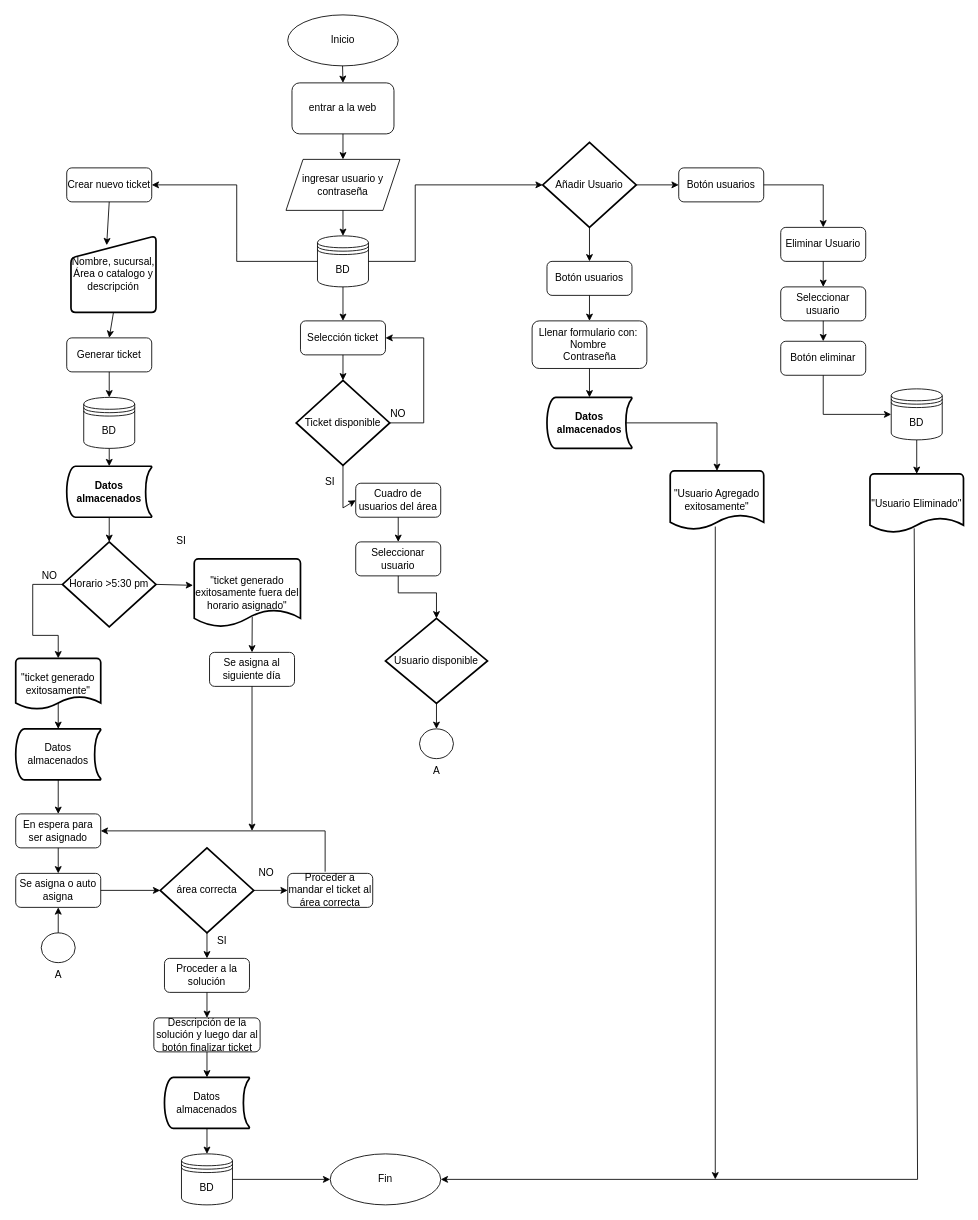
Above: Untitled Diagram.drawio in NVarchar/primero (draw.io), before the change. Source tidied: cells renumbered, new cells numbered last; positions are measured from the earlier drawing's top-left corner, leaving out a move shared by most shapes. Both pictures are drawn from the tidied source at 85%, with x=0, y=0 at pixel (15, 14).
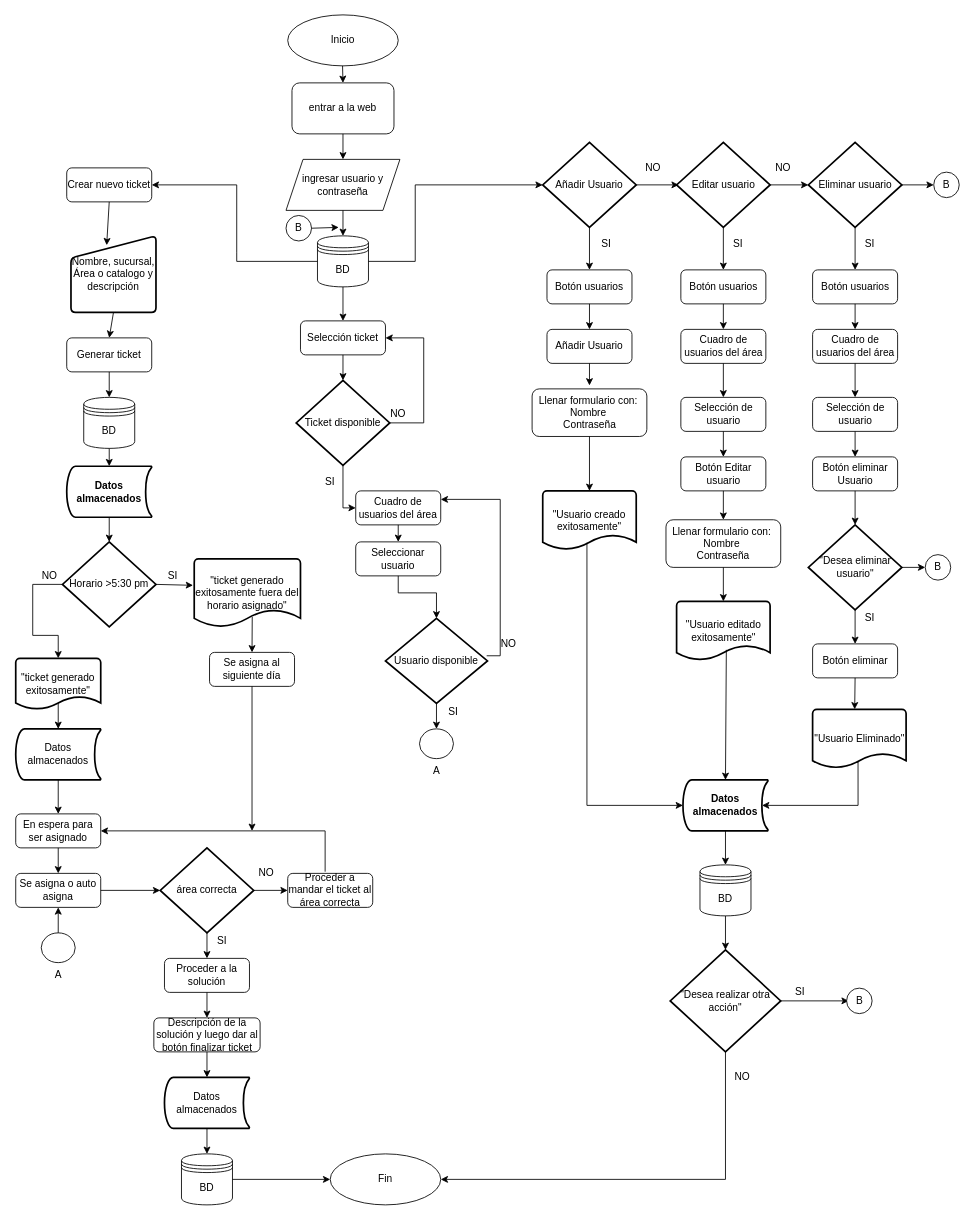
The same page after the edit.

The change refers to these unchanged cells:
```xml
<mxCell id="36" value="Fin" style="ellipse;whiteSpace=wrap;html=1;" parent="1" vertex="1">
  <mxGeometry x="370" y="1340" width="130" height="60" as="geometry" />
</mxCell>
<mxCell id="50" value="Usuario disponible" style="strokeWidth=2;html=1;shape=mxgraph.flowchart.decision;whiteSpace=wrap;" parent="1" vertex="1">
  <mxGeometry x="435" y="710" width="120" height="100" as="geometry" />
</mxCell>
<mxCell id="63" value="Añadir Usuario" style="strokeWidth=2;html=1;shape=mxgraph.flowchart.decision;whiteSpace=wrap;" parent="1" vertex="1">
  <mxGeometry x="620" y="150" width="110" height="100" as="geometry" />
</mxCell>
```

Diff of the diagram source:
```diff
@@
     <mxCell id="48" value="Cuadro de usuarios del área" style="rounded=1;whiteSpace=wrap;html=1;" parent="1" vertex="1">
-      <mxGeometry x="400" y="551" width="100" height="40" as="geometry" />
+      <mxGeometry x="400" y="560" width="100" height="40" as="geometry" />
     </mxCell>
@@
-    <mxCell id="64" value="Botón usuarios" style="rounded=1;whiteSpace=wrap;html=1;" parent="1" vertex="1">
-      <mxGeometry x="625" y="290" width="100" height="40" as="geometry" />
-    </mxCell>
     <mxCell id="65" value="Llenar formulario con:&amp;nbsp;&lt;br&gt;Nombre&amp;nbsp;&lt;br&gt;Contraseña" style="rounded=1;whiteSpace=wrap;html=1;" parent="1" vertex="1">
-      <mxGeometry x="607.5" y="360" width="135" height="56" as="geometry" />
+      <mxGeometry x="607.5" y="440" width="135" height="56" as="geometry" />
     </mxCell>
-    <mxCell id="66" value="&quot;Usuario Agregado exitosamente&quot;" style="strokeWidth=2;html=1;shape=mxgraph.flowchart.document2;whiteSpace=wrap;size=0.25;" parent="1" vertex="1">
-      <mxGeometry x="770" y="536.5" width="110" height="69" as="geometry" />
+    <mxCell id="66" value="&quot;Usuario editado exitosamente&quot;" style="strokeWidth=2;html=1;shape=mxgraph.flowchart.document2;whiteSpace=wrap;size=0.25;" parent="1" vertex="1">
+      <mxGeometry x="777.5" y="690" width="110" height="69" as="geometry" />
     </mxCell>
     <mxCell id="67" value="Datos almacenados" style="strokeWidth=2;html=1;shape=mxgraph.flowchart.stored_data;whiteSpace=wrap;fontStyle=1;" parent="1" vertex="1">
-      <mxGeometry x="625" y="450" width="100" height="60" as="geometry" />
+      <mxGeometry x="785" y="900" width="100" height="60" as="geometry" />
     </mxCell>
     <mxCell id="68" value="BD" style="shape=datastore;whiteSpace=wrap;html=1;" parent="1" vertex="1">
-      <mxGeometry x="1030" y="440" width="60" height="60" as="geometry" />
+      <mxGeometry x="805" y="1000" width="60" height="60" as="geometry" />
     </mxCell>
     <mxCell id="69" value="Botón usuarios" style="rounded=1;whiteSpace=wrap;html=1;" parent="1" vertex="1">
-      <mxGeometry x="780" y="180" width="100" height="40" as="geometry" />
+      <mxGeometry x="625" y="300" width="100" height="40" as="geometry" />
     </mxCell>
-    <mxCell id="70" value="Eliminar Usuario" style="rounded=1;whiteSpace=wrap;html=1;" parent="1" vertex="1">
-      <mxGeometry x="900" y="250" width="100" height="40" as="geometry" />
+    <mxCell id="70" value="Añadir Usuario" style="rounded=1;whiteSpace=wrap;html=1;" parent="1" vertex="1">
+      <mxGeometry x="625" y="370" width="100" height="40" as="geometry" />
     </mxCell>
-    <mxCell id="71" value="&quot;Usuario Eliminado&quot;" style="strokeWidth=2;html=1;shape=mxgraph.flowchart.document2;whiteSpace=wrap;size=0.25;" parent="1" vertex="1">
-      <mxGeometry x="1005" y="540" width="110" height="69" as="geometry" />
-    </mxCell>
-    <mxCell id="72" value="Seleccionar usuario" style="rounded=1;whiteSpace=wrap;html=1;" parent="1" vertex="1">
-      <mxGeometry x="900" y="320" width="100" height="40" as="geometry" />
-    </mxCell>
-    <mxCell id="73" value="Botón eliminar" style="rounded=1;whiteSpace=wrap;html=1;" parent="1" vertex="1">
-      <mxGeometry x="900" y="384" width="100" height="40" as="geometry" />
+    <mxCell id="73" value="Botón eliminar Usuario" style="rounded=1;whiteSpace=wrap;html=1;" parent="1" vertex="1">
+      <mxGeometry x="937.5" y="520" width="100" height="40" as="geometry" />
     </mxCell>
@@
     <mxCell id="75" value="SI" style="text;html=1;strokeColor=none;fillColor=none;align=center;verticalAlign=middle;whiteSpace=wrap;rounded=0;" parent="1" vertex="1">
-      <mxGeometry x="180" y="609" width="30" height="20" as="geometry" />
+      <mxGeometry x="170" y="650" width="30" height="20" as="geometry" />
     </mxCell>
@@
-    <mxCell id="80" style="endArrow=classic;html=1;rounded=0;exitX=1;exitY=0.5;exitDx=0;exitDy=0;entryX=0;entryY=0.5;entryDx=0;entryDy=0;exitPerimeter=0;" parent="1" edge="1" source="63" target="69">
-      <mxGeometry relative="1" as="geometry" />
+    <mxCell id="80" style="endArrow=classic;html=1;rounded=0;exitX=1;exitY=0.5;exitDx=0;exitDy=0;exitPerimeter=0;" parent="1" edge="1" source="63">
+      <mxGeometry relative="1" as="geometry">
+        <mxPoint x="780" y="200" as="targetPoint" />
+      </mxGeometry>
     </mxCell>
-    <mxCell id="81" style="endArrow=classic;html=1;rounded=0;entryX=0.5;entryY=0;entryDx=0;entryDy=0;" parent="1" edge="1" source="63" target="64">
-      <mxGeometry relative="1" as="geometry" />
+    <mxCell id="81" style="endArrow=classic;html=1;rounded=0;exitX=0.5;exitY=1;exitDx=0;exitDy=0;exitPerimeter=0;" parent="1" edge="1" source="63">
+      <mxGeometry relative="1" as="geometry">
+        <mxPoint x="675" y="300" as="targetPoint" />
+      </mxGeometry>
     </mxCell>
-    <mxCell id="82" style="endArrow=classic;html=1;rounded=0;exitX=1;exitY=0.5;exitDx=0;exitDy=0;entryX=0.5;entryY=0;entryDx=0;entryDy=0;" parent="1" edge="1" source="69" target="70">
-      <mxGeometry relative="1" as="geometry">
-        <Array as="points">
-          <mxPoint x="950" y="200" />
-        </Array>
-      </mxGeometry>
-    </mxCell>
-    <mxCell id="83" style="endArrow=classic;html=1;rounded=0;exitX=0.5;exitY=1;exitDx=0;exitDy=0;entryX=0.5;entryY=0;entryDx=0;entryDy=0;" parent="1" edge="1" source="70" target="72">
-      <mxGeometry relative="1" as="geometry" />
-    </mxCell>
-    <mxCell id="84" style="endArrow=classic;html=1;rounded=0;exitX=0.5;exitY=1;exitDx=0;exitDy=0;entryX=0.5;entryY=0;entryDx=0;entryDy=0;" parent="1" edge="1" source="72" target="73">
-      <mxGeometry relative="1" as="geometry" />
-    </mxCell>
-    <mxCell id="85" style="endArrow=classic;html=1;rounded=0;exitX=0.5;exitY=1;exitDx=0;exitDy=0;entryX=0.5;entryY=0;entryDx=0;entryDy=0;" parent="1" edge="1" source="64" target="65">
+    <mxCell id="85" style="endArrow=classic;html=1;rounded=0;exitX=0.5;exitY=1;exitDx=0;exitDy=0;entryX=0.5;entryY=0;entryDx=0;entryDy=0;" parent="1" edge="1" source="69" target="70">
       <mxGeometry relative="1" as="geometry" />
     </mxCell>
-    <mxCell id="86" style="endArrow=classic;html=1;rounded=0;exitX=0.5;exitY=1;exitDx=0;exitDy=0;entryX=0.5;entryY=0;entryDx=0;entryDy=0;entryPerimeter=0;" parent="1" edge="1" source="65" target="67">
-      <mxGeometry relative="1" as="geometry" />
-    </mxCell>
-    <mxCell id="87" style="endArrow=classic;html=1;rounded=0;exitX=0.93;exitY=0.5;exitDx=0;exitDy=0;entryX=0.5;entryY=0;entryDx=0;entryDy=0;exitPerimeter=0;entryPerimeter=0;" parent="1" edge="1" source="67" target="66">
-      <mxGeometry relative="1" as="geometry">
-        <Array as="points">
-          <mxPoint x="825" y="480" />
-        </Array>
-      </mxGeometry>
-    </mxCell>
-    <mxCell id="88" style="endArrow=classic;html=1;rounded=0;exitX=0.5;exitY=1;exitDx=0;exitDy=0;entryX=0;entryY=0.5;entryDx=0;entryDy=0;" parent="1" edge="1" source="73" target="68">
-      <mxGeometry relative="1" as="geometry">
-        <Array as="points">
-          <mxPoint x="950" y="470" />
-        </Array>
-      </mxGeometry>
-    </mxCell>
-    <mxCell id="89" style="endArrow=classic;html=1;rounded=0;exitX=0.5;exitY=1;exitDx=0;exitDy=0;entryX=0.5;entryY=0;entryDx=0;entryDy=0;entryPerimeter=0;" parent="1" edge="1" source="68" target="71">
-      <mxGeometry relative="1" as="geometry" />
-    </mxCell>
-    <mxCell id="90" style="endArrow=classic;html=1;rounded=0;exitX=0.473;exitY=0.928;exitDx=0;exitDy=0;exitPerimeter=0;entryX=1;entryY=0.5;entryDx=0;entryDy=0;" parent="1" edge="1" source="71" target="36">
-      <mxGeometry relative="1" as="geometry">
-        <Array as="points">
-          <mxPoint x="1061" y="1370" />
-        </Array>
-      </mxGeometry>
-    </mxCell>
-    <mxCell id="91" style="endArrow=classic;html=1;rounded=0;exitX=0.482;exitY=0.949;exitDx=0;exitDy=0;exitPerimeter=0;" parent="1" edge="1" source="66">
-      <mxGeometry relative="1" as="geometry">
-        <mxPoint x="823" y="1370" as="targetPoint" />
-      </mxGeometry>
-    </mxCell>
@@
+    <mxCell id="94" value="Editar usuario" style="strokeWidth=2;html=1;shape=mxgraph.flowchart.decision;whiteSpace=wrap;" parent="1" vertex="1">
+      <mxGeometry x="777.5" y="150" width="110" height="100" as="geometry" />
+    </mxCell>
+    <mxCell id="95" value="Eliminar usuario" style="strokeWidth=2;html=1;shape=mxgraph.flowchart.decision;whiteSpace=wrap;" parent="1" vertex="1">
+      <mxGeometry x="932.5" y="150" width="110" height="100" as="geometry" />
+    </mxCell>
+    <mxCell id="96" style="endArrow=classic;html=1;rounded=0;exitX=1;exitY=0.5;exitDx=0;exitDy=0;exitPerimeter=0;entryX=0;entryY=0.5;entryDx=0;entryDy=0;entryPerimeter=0;" parent="1" edge="1" source="94" target="95">
+      <mxGeometry relative="1" as="geometry" />
+    </mxCell>
+    <mxCell id="97" value="Botón usuarios" style="rounded=1;whiteSpace=wrap;html=1;" parent="1" vertex="1">
+      <mxGeometry x="782.5" y="300" width="100" height="40" as="geometry" />
+    </mxCell>
+    <mxCell id="98" value="Botón usuarios" style="rounded=1;whiteSpace=wrap;html=1;" parent="1" vertex="1">
+      <mxGeometry x="937.5" y="300" width="100" height="40" as="geometry" />
+    </mxCell>
+    <mxCell id="99" style="endArrow=classic;html=1;rounded=0;exitX=0.5;exitY=1;exitDx=0;exitDy=0;exitPerimeter=0;entryX=0.5;entryY=0;entryDx=0;entryDy=0;" parent="1" edge="1" source="94" target="97">
+      <mxGeometry relative="1" as="geometry" />
+    </mxCell>
+    <mxCell id="100" style="endArrow=classic;html=1;rounded=0;exitX=0.5;exitY=1;exitDx=0;exitDy=0;exitPerimeter=0;entryX=0.5;entryY=0;entryDx=0;entryDy=0;" parent="1" edge="1" source="95" target="98">
+      <mxGeometry relative="1" as="geometry" />
+    </mxCell>
+    <mxCell id="101" value="Selección de usuario" style="rounded=1;whiteSpace=wrap;html=1;" parent="1" vertex="1">
+      <mxGeometry x="782.5" y="450" width="100" height="40" as="geometry" />
+    </mxCell>
+    <mxCell id="102" value="Selección de usuario" style="rounded=1;whiteSpace=wrap;html=1;" parent="1" vertex="1">
+      <mxGeometry x="937.5" y="450" width="100" height="40" as="geometry" />
+    </mxCell>
+    <mxCell id="103" value="Cuadro de usuarios del área" style="rounded=1;whiteSpace=wrap;html=1;" parent="1" vertex="1">
+      <mxGeometry x="782.5" y="370" width="100" height="40" as="geometry" />
+    </mxCell>
+    <mxCell id="104" value="Cuadro de usuarios del área" style="rounded=1;whiteSpace=wrap;html=1;" parent="1" vertex="1">
+      <mxGeometry x="937.5" y="370" width="100" height="40" as="geometry" />
+    </mxCell>
+    <mxCell id="105" value="Botón Editar usuario" style="rounded=1;whiteSpace=wrap;html=1;" parent="1" vertex="1">
+      <mxGeometry x="782.5" y="520" width="100" height="40" as="geometry" />
+    </mxCell>
+    <mxCell id="106" value="Llenar formulario con:&amp;nbsp;&lt;br&gt;Nombre&amp;nbsp;&lt;br&gt;Contraseña" style="rounded=1;whiteSpace=wrap;html=1;" parent="1" vertex="1">
+      <mxGeometry x="765" y="594" width="135" height="56" as="geometry" />
+    </mxCell>
+    <mxCell id="107" value="&quot;Desea eliminar usuario&quot;" style="strokeWidth=2;html=1;shape=mxgraph.flowchart.decision;whiteSpace=wrap;" parent="1" vertex="1">
+      <mxGeometry x="932.5" y="600" width="110" height="100" as="geometry" />
+    </mxCell>
+    <mxCell id="71" value="&quot;Usuario Eliminado&quot;" style="strokeWidth=2;html=1;shape=mxgraph.flowchart.document2;whiteSpace=wrap;size=0.25;" parent="1" vertex="1">
+      <mxGeometry x="937.5" y="817" width="110" height="69" as="geometry" />
+    </mxCell>
+    <mxCell id="108" value="Botón eliminar" style="rounded=1;whiteSpace=wrap;html=1;" parent="1" vertex="1">
+      <mxGeometry x="937.5" y="740" width="100" height="40" as="geometry" />
+    </mxCell>
+    <mxCell id="109" value="&quot;Desea realizar otra acción&quot;" style="strokeWidth=2;html=1;shape=mxgraph.flowchart.decision;whiteSpace=wrap;" parent="1" vertex="1">
+      <mxGeometry x="770" y="1100" width="130" height="120" as="geometry" />
+    </mxCell>
+    <mxCell id="110" style="endArrow=classic;html=1;rounded=0;exitX=0.5;exitY=1;exitDx=0;exitDy=0;entryX=0.5;entryY=0;entryDx=0;entryDy=0;" parent="1" edge="1" source="98" target="104">
+      <mxGeometry relative="1" as="geometry" />
+    </mxCell>
+    <mxCell id="111" style="endArrow=classic;html=1;rounded=0;exitX=0.5;exitY=1;exitDx=0;exitDy=0;entryX=0.5;entryY=0;entryDx=0;entryDy=0;" parent="1" edge="1" source="97" target="103">
+      <mxGeometry relative="1" as="geometry" />
+    </mxCell>
+    <mxCell id="112" style="endArrow=classic;html=1;rounded=0;exitX=0.5;exitY=1;exitDx=0;exitDy=0;" parent="1" edge="1" source="70">
+      <mxGeometry relative="1" as="geometry">
+        <mxPoint x="675" y="436" as="targetPoint" />
+      </mxGeometry>
+    </mxCell>
+    <mxCell id="113" style="endArrow=classic;html=1;rounded=0;exitX=0.5;exitY=1;exitDx=0;exitDy=0;entryX=0.5;entryY=0;entryDx=0;entryDy=0;" parent="1" edge="1" source="104" target="102">
+      <mxGeometry relative="1" as="geometry" />
+    </mxCell>
+    <mxCell id="114" style="endArrow=classic;html=1;rounded=0;exitX=0.5;exitY=1;exitDx=0;exitDy=0;entryX=0.5;entryY=0;entryDx=0;entryDy=0;" parent="1" edge="1" source="103" target="101">
+      <mxGeometry relative="1" as="geometry" />
+    </mxCell>
+    <mxCell id="115" style="endArrow=classic;html=1;rounded=0;exitX=0.5;exitY=1;exitDx=0;exitDy=0;entryX=0.5;entryY=0;entryDx=0;entryDy=0;" parent="1" edge="1" source="102" target="73">
+      <mxGeometry relative="1" as="geometry" />
+    </mxCell>
+    <mxCell id="116" style="endArrow=classic;html=1;rounded=0;exitX=0.5;exitY=1;exitDx=0;exitDy=0;" parent="1" edge="1" source="73" target="107">
+      <mxGeometry relative="1" as="geometry" />
+    </mxCell>
+    <mxCell id="117" style="endArrow=classic;html=1;rounded=0;exitX=0.5;exitY=1;exitDx=0;exitDy=0;" parent="1" edge="1" source="101" target="105">
+      <mxGeometry relative="1" as="geometry" />
+    </mxCell>
+    <mxCell id="118" style="endArrow=classic;html=1;rounded=0;exitX=0.5;exitY=1;exitDx=0;exitDy=0;entryX=0.5;entryY=0;entryDx=0;entryDy=0;" parent="1" edge="1" source="105" target="106">
+      <mxGeometry relative="1" as="geometry" />
+    </mxCell>
+    <mxCell id="119" style="endArrow=classic;html=1;rounded=0;exitX=0.5;exitY=1;exitDx=0;exitDy=0;entryX=0.5;entryY=0;entryDx=0;entryDy=0;exitPerimeter=0;" parent="1" edge="1" source="107" target="108">
+      <mxGeometry relative="1" as="geometry" />
+    </mxCell>
+    <mxCell id="120" style="endArrow=classic;html=1;rounded=0;exitX=0.5;exitY=1;exitDx=0;exitDy=0;entryX=0.5;entryY=0;entryDx=0;entryDy=0;entryPerimeter=0;" parent="1" edge="1" source="106" target="66">
+      <mxGeometry relative="1" as="geometry" />
+    </mxCell>
+    <mxCell id="121" style="endArrow=classic;html=1;rounded=0;exitX=0.5;exitY=1;exitDx=0;exitDy=0;entryX=0.45;entryY=0;entryDx=0;entryDy=0;entryPerimeter=0;" parent="1" edge="1" source="108" target="71">
+      <mxGeometry relative="1" as="geometry" />
+    </mxCell>
+    <mxCell id="122" style="endArrow=classic;html=1;rounded=0;exitX=0.532;exitY=0.826;exitDx=0;exitDy=0;entryX=0.5;entryY=0;entryDx=0;entryDy=0;exitPerimeter=0;entryPerimeter=0;" parent="1" edge="1" source="66" target="67">
+      <mxGeometry relative="1" as="geometry" />
+    </mxCell>
+    <mxCell id="123" style="endArrow=classic;html=1;rounded=0;exitX=0.486;exitY=0.884;exitDx=0;exitDy=0;entryX=0.93;entryY=0.5;entryDx=0;entryDy=0;exitPerimeter=0;entryPerimeter=0;" parent="1" edge="1" source="71" target="67">
+      <mxGeometry relative="1" as="geometry">
+        <Array as="points">
+          <mxPoint x="991" y="930" />
+        </Array>
+      </mxGeometry>
+    </mxCell>
+    <mxCell id="124" style="endArrow=classic;html=1;rounded=0;exitX=0.5;exitY=1;exitDx=0;exitDy=0;entryX=0.5;entryY=0;entryDx=0;entryDy=0;entryPerimeter=0;" parent="1" edge="1" source="65" target="125">
+      <mxGeometry relative="1" as="geometry" />
+    </mxCell>
+    <mxCell id="125" value="&quot;Usuario creado exitosamente&quot;" style="strokeWidth=2;html=1;shape=mxgraph.flowchart.document2;whiteSpace=wrap;size=0.25;" parent="1" vertex="1">
+      <mxGeometry x="620" y="560" width="110" height="69" as="geometry" />
+    </mxCell>
+    <mxCell id="126" style="endArrow=classic;html=1;rounded=0;exitX=0.473;exitY=0.884;exitDx=0;exitDy=0;entryX=0;entryY=0.5;entryDx=0;entryDy=0;exitPerimeter=0;entryPerimeter=0;" parent="1" edge="1" source="125" target="67">
+      <mxGeometry relative="1" as="geometry">
+        <Array as="points">
+          <mxPoint x="672" y="930" />
+        </Array>
+      </mxGeometry>
+    </mxCell>
+    <mxCell id="127" style="endArrow=classic;html=1;rounded=0;exitX=0.5;exitY=1;exitDx=0;exitDy=0;entryX=0.5;entryY=0;entryDx=0;entryDy=0;exitPerimeter=0;" parent="1" edge="1" source="67" target="68">
+      <mxGeometry relative="1" as="geometry" />
+    </mxCell>
+    <mxCell id="128" style="endArrow=classic;html=1;rounded=0;exitX=0.5;exitY=1;exitDx=0;exitDy=0;entryX=0.5;entryY=0;entryDx=0;entryDy=0;entryPerimeter=0;" parent="1" edge="1" source="68" target="109">
+      <mxGeometry relative="1" as="geometry" />
+    </mxCell>
+    <mxCell id="129" style="endArrow=classic;html=1;rounded=0;exitX=0.5;exitY=1;exitDx=0;exitDy=0;exitPerimeter=0;entryX=1;entryY=0.5;entryDx=0;entryDy=0;" parent="1" edge="1" source="109" target="36">
+      <mxGeometry relative="1" as="geometry">
+        <Array as="points">
+          <mxPoint x="835" y="1370" />
+        </Array>
+      </mxGeometry>
+    </mxCell>
+    <mxCell id="130" value="SI" style="text;html=1;strokeColor=none;fillColor=none;align=center;verticalAlign=middle;whiteSpace=wrap;rounded=0;" parent="1" vertex="1">
+      <mxGeometry x="680" y="260" width="30" height="20" as="geometry" />
+    </mxCell>
+    <mxCell id="131" value="SI" style="text;html=1;strokeColor=none;fillColor=none;align=center;verticalAlign=middle;whiteSpace=wrap;rounded=0;" parent="1" vertex="1">
+      <mxGeometry x="835" y="260" width="30" height="20" as="geometry" />
+    </mxCell>
+    <mxCell id="132" value="SI" style="text;html=1;strokeColor=none;fillColor=none;align=center;verticalAlign=middle;whiteSpace=wrap;rounded=0;" parent="1" vertex="1">
+      <mxGeometry x="990" y="260" width="30" height="20" as="geometry" />
+    </mxCell>
+    <mxCell id="133" value="SI" style="text;html=1;strokeColor=none;fillColor=none;align=center;verticalAlign=middle;whiteSpace=wrap;rounded=0;" parent="1" vertex="1">
+      <mxGeometry x="990" y="700" width="30" height="20" as="geometry" />
+    </mxCell>
+    <mxCell id="134" value="NO" style="text;html=1;strokeColor=none;fillColor=none;align=center;verticalAlign=middle;whiteSpace=wrap;rounded=0;" parent="1" vertex="1">
+      <mxGeometry x="735" y="170" width="30" height="20" as="geometry" />
+    </mxCell>
+    <mxCell id="135" value="NO" style="text;html=1;strokeColor=none;fillColor=none;align=center;verticalAlign=middle;whiteSpace=wrap;rounded=0;" parent="1" vertex="1">
+      <mxGeometry x="887.5" y="170" width="30" height="20" as="geometry" />
+    </mxCell>
+    <mxCell id="136" value="NO" style="text;html=1;strokeColor=none;fillColor=none;align=center;verticalAlign=middle;whiteSpace=wrap;rounded=0;" parent="1" vertex="1">
+      <mxGeometry x="840" y="1240" width="30" height="20" as="geometry" />
+    </mxCell>
+    <mxCell id="137" style="endArrow=classic;html=1;rounded=0;exitX=1;exitY=0.5;exitDx=0;exitDy=0;exitPerimeter=0;" parent="1" edge="1" source="95">
+      <mxGeometry relative="1" as="geometry">
+        <mxPoint x="1080" y="200" as="targetPoint" />
+      </mxGeometry>
+    </mxCell>
+    <mxCell id="138" value="B" style="ellipse;whiteSpace=wrap;html=1;" parent="1" vertex="1">
+      <mxGeometry x="1080" y="185" width="30" height="30" as="geometry" />
+    </mxCell>
+    <mxCell id="139" value="B" style="ellipse;whiteSpace=wrap;html=1;" parent="1" vertex="1">
+      <mxGeometry x="318" y="236" width="30" height="30" as="geometry" />
+    </mxCell>
+    <mxCell id="140" style="endArrow=classic;html=1;rounded=0;exitX=1;exitY=0.5;exitDx=0;exitDy=0;exitPerimeter=0;" parent="1" edge="1" source="107">
+      <mxGeometry relative="1" as="geometry">
+        <mxPoint x="1070" y="650" as="targetPoint" />
+      </mxGeometry>
+    </mxCell>
+    <mxCell id="141" value="B" style="ellipse;whiteSpace=wrap;html=1;" parent="1" vertex="1">
+      <mxGeometry x="1070" y="635" width="30" height="30" as="geometry" />
+    </mxCell>
+    <mxCell id="142" style="endArrow=classic;html=1;rounded=0;exitX=1;exitY=0.5;exitDx=0;exitDy=0;" parent="1" edge="1" source="139">
+      <mxGeometry relative="1" as="geometry">
+        <mxPoint x="380" y="250" as="targetPoint" />
+      </mxGeometry>
+    </mxCell>
+    <mxCell id="143" style="endArrow=classic;html=1;rounded=0;exitX=0.992;exitY=0.44;exitDx=0;exitDy=0;entryX=1;entryY=0.25;entryDx=0;entryDy=0;exitPerimeter=0;" parent="1" edge="1" source="50" target="48">
+      <mxGeometry relative="1" as="geometry">
+        <Array as="points">
+          <mxPoint x="570" y="754" />
+          <mxPoint x="570" y="570" />
+        </Array>
+      </mxGeometry>
+    </mxCell>
+    <mxCell id="144" value="SI" style="text;html=1;strokeColor=none;fillColor=none;align=center;verticalAlign=middle;whiteSpace=wrap;rounded=0;" parent="1" vertex="1">
+      <mxGeometry x="500" y="810" width="30" height="20" as="geometry" />
+    </mxCell>
+    <mxCell id="145" value="NO" style="text;html=1;strokeColor=none;fillColor=none;align=center;verticalAlign=middle;whiteSpace=wrap;rounded=0;" parent="1" vertex="1">
+      <mxGeometry x="565" y="730" width="30" height="20" as="geometry" />
+    </mxCell>
+    <mxCell id="146" style="endArrow=classic;html=1;rounded=0;exitX=1;exitY=0.5;exitDx=0;exitDy=0;exitPerimeter=0;" parent="1" edge="1" source="109">
+      <mxGeometry relative="1" as="geometry">
+        <mxPoint x="980" y="1160" as="targetPoint" />
+      </mxGeometry>
+    </mxCell>
+    <mxCell id="147" value="B" style="ellipse;whiteSpace=wrap;html=1;" parent="1" vertex="1">
+      <mxGeometry x="977.5" y="1145" width="30" height="30" as="geometry" />
+    </mxCell>
+    <mxCell id="148" value="SI" style="text;html=1;strokeColor=none;fillColor=none;align=center;verticalAlign=middle;whiteSpace=wrap;rounded=0;" parent="1" vertex="1">
+      <mxGeometry x="907.5" y="1140" width="30" height="20" as="geometry" />
+    </mxCell>
```
